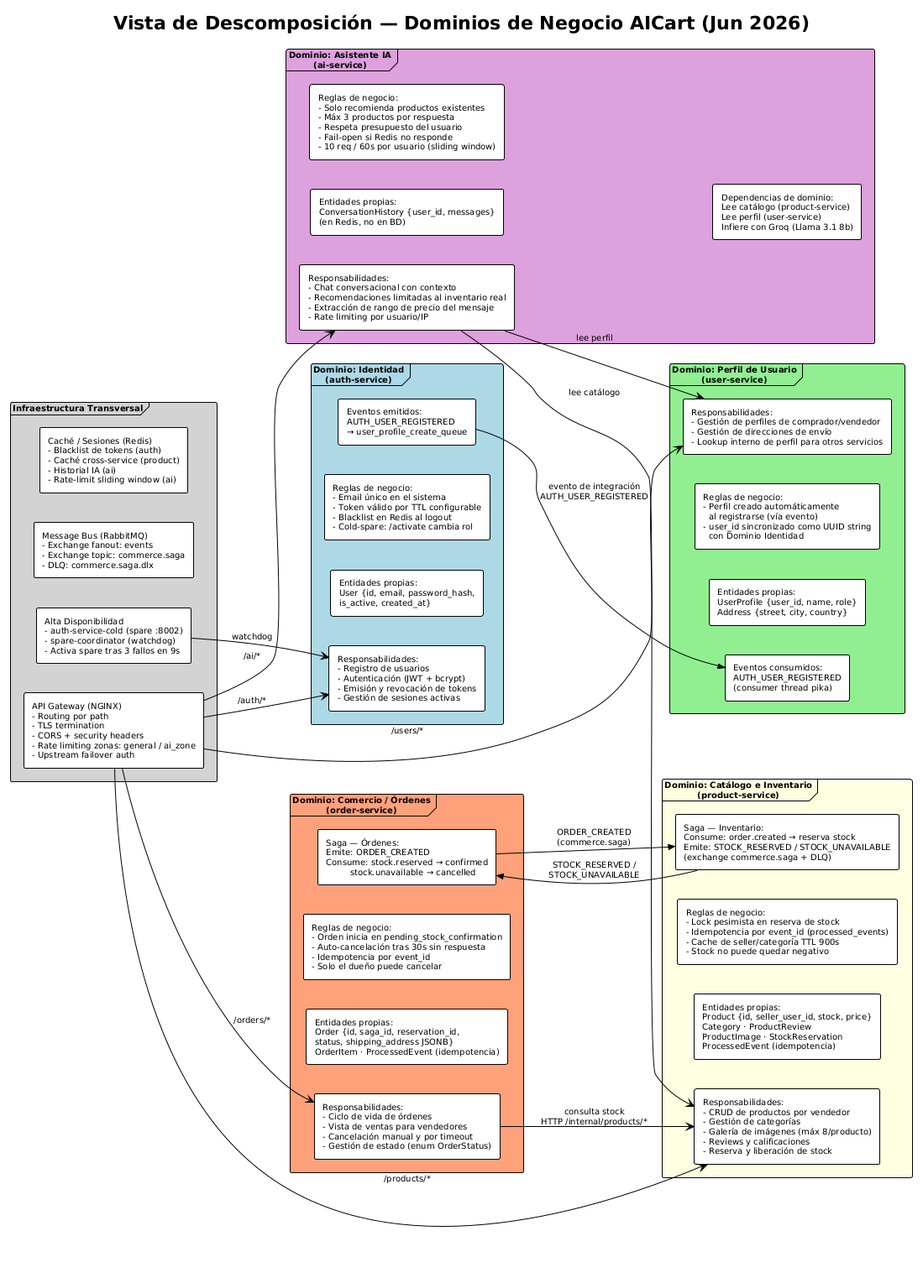
The PlantUML diagram docs/architecture/Decomposition_Current.png in jpastor1649/ecommerce-project, before a commit.
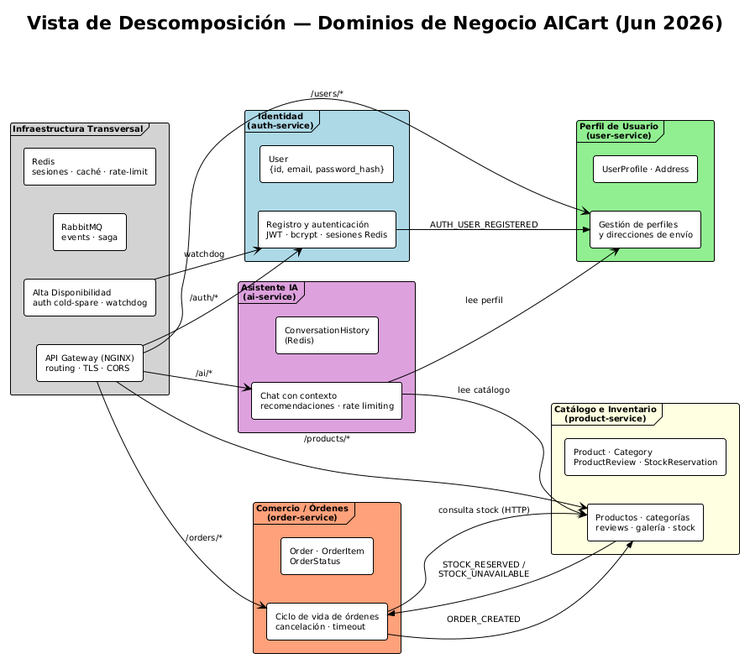
The same diagram one commit later.

Change to the diagram source:
```diff
@@ -8,54 +8,37 @@
 
 title Vista de Descomposición — Dominios de Negocio AICart (Jun 2026)
 
-package "Dominio: Identidad\n(auth-service)" #LightBlue {
-  component "Responsabilidades:\n- Registro de usuarios\n- Autenticación (JWT + bcrypt)\n- Emisión y revocación de tokens\n- Gestión de sesiones activas" as AuthResp
-  component "Entidades propias:\nUser {id, email, password_hash,\nis_active, created_at}" as AuthEntities
-  component "Reglas de negocio:\n- Email único en el sistema\n- Token válido por TTL configurable\n- Blacklist en Redis al logout\n- Cold-spare: /activate cambia rol" as AuthRules
-  component "Eventos emitidos:\nAUTH_USER_REGISTERED\n→ user_profile_create_queue" as AuthEvents
+package "Identidad\n(auth-service)" #LightBlue {
+  component "Registro y autenticación\nJWT · bcrypt · sesiones Redis" as AuthResp
+  component "User\n{id, email, password_hash}" as AuthEntity
 }
 
-package "Dominio: Perfil de Usuario\n(user-service)" #LightGreen {
-  component "Responsabilidades:\n- Gestión de perfiles de comprador/vendedor\n- Gestión de direcciones de envío\n- Lookup interno de perfil para otros servicios" as UserResp
-  component "Entidades propias:\nUserProfile {user_id, name, role}\nAddress {street, city, country}" as UserEntities
-  component "Reglas de negocio:\n- Perfil creado automáticamente\n  al registrarse (vía evento)\n- user_id sincronizado como UUID string\n  con Dominio Identidad" as UserRules
-  component "Eventos consumidos:\nAUTH_USER_REGISTERED\n(consumer thread pika)" as UserEvents
+package "Perfil de Usuario\n(user-service)" #LightGreen {
+  component "Gestión de perfiles\ny direcciones de envío" as UserResp
+  component "UserProfile · Address" as UserEntity
 }
 
-package "Dominio: Catálogo e Inventario\n(product-service)" #LightYellow {
-  component "Responsabilidades:\n- CRUD de productos por vendedor\n- Gestión de categorías\n- Galería de imágenes (máx 8/producto)\n- Reviews y calificaciones\n- Reserva y liberación de stock" as ProductResp
-  component "Entidades propias:\nProduct {id, seller_user_id, stock, price}\nCategory · ProductReview\nProductImage · StockReservation\nProcessedEvent (idempotencia)" as ProductEntities
-  component "Reglas de negocio:\n- Lock pesimista en reserva de stock\n- Idempotencia por event_id (processed_events)\n- Cache de seller/categoría TTL 900s\n- Stock no puede quedar negativo" as ProductRules
-  component "Saga — Inventario:\nConsume: order.created → reserva stock\nEmite: STOCK_RESERVED / STOCK_UNAVAILABLE\n(exchange commerce.saga + DLQ)" as ProductSaga
+package "Catálogo e Inventario\n(product-service)" #LightYellow {
+  component "Productos · categorías\nreviews · galería · stock" as ProductResp
+  component "Product · Category\nProductReview · StockReservation" as ProductEntity
 }
 
-package "Dominio: Comercio / Órdenes\n(order-service)" #LightSalmon {
-  component "Responsabilidades:\n- Ciclo de vida de órdenes\n- Vista de ventas para vendedores\n- Cancelación manual y por timeout\n- Gestión de estado (enum OrderStatus)" as OrderResp
-  component "Entidades propias:\nOrder {id, saga_id, reservation_id,\nstatus, shipping_address JSONB}\nOrderItem · ProcessedEvent (idempotencia)" as OrderEntities
-  component "Reglas de negocio:\n- Orden inicia en pending_stock_confirmation\n- Auto-cancelación tras 30s sin respuesta\n- Idempotencia por event_id\n- Solo el dueño puede cancelar" as OrderRules
-  component "Saga — Órdenes:\nEmite: ORDER_CREATED\nConsume: stock.reserved → confirmed\n         stock.unavailable → cancelled" as OrderSaga
+package "Comercio / Órdenes\n(order-service)" #LightSalmon {
+  component "Ciclo de vida de órdenes\ncancelación · timeout" as OrderResp
+  component "Order · OrderItem\nOrderStatus" as OrderEntity
 }
 
-package "Dominio: Asistente IA\n(ai-service)" #Plum {
-  component "Responsabilidades:\n- Chat conversacional con contexto\n- Recomendaciones limitadas al inventario real\n- Extracción de rango de precio del mensaje\n- Rate limiting por usuario/IP" as AIResp
-  component "Entidades propias:\nConversationHistory {user_id, messages}\n(en Redis, no en BD)" as AIEntities
-  component "Reglas de negocio:\n- Solo recomienda productos existentes\n- Máx 3 productos por respuesta\n- Respeta presupuesto del usuario\n- Fail-open si Redis no responde\n- 10 req / 60s por usuario (sliding window)" as AIRules
-  component "Dependencias de dominio:\nLee catálogo (product-service)\nLee perfil (user-service)\nInfiere con Groq (Llama 3.1 8b)" as AIDeps
+package "Asistente IA\n(ai-service)" #Plum {
+  component "Chat con contexto\nrecomendaciones · rate limiting" as AIResp
+  component "ConversationHistory\n(Redis)" as AIEntity
 }
 
 package "Infraestructura Transversal" #LightGray {
-  component "API Gateway (NGINX)\n- Routing por path\n- TLS termination\n- CORS + security headers\n- Rate limiting zonas: general / ai_zone\n- Upstream failover auth" as GW
-  component "Alta Disponibilidad\n- auth-service-cold (spare :8002)\n- spare-coordinator (watchdog)\n- Activa spare tras 3 fallos en 9s" as HA
-  component "Message Bus (RabbitMQ)\n- Exchange fanout: events\n- Exchange topic: commerce.saga\n- DLQ: commerce.saga.dlx" as MB
-  component "Caché / Sesiones (Redis)\n- Blacklist de tokens (auth)\n- Caché cross-service (product)\n- Historial IA (ai)\n- Rate-limit sliding window (ai)" as Cache
+  component "API Gateway (NGINX)\nrouting · TLS · CORS" as GW
+  component "Alta Disponibilidad\nauth cold-spare · watchdog" as HA
+  component "RabbitMQ\nevents · saga" as MB
+  component "Redis\nsesiones · caché · rate-limit" as Cache
 }
-
-AuthEvents  -->> UserEvents   : evento de integración\nAUTH_USER_REGISTERED
-OrderSaga   -->> ProductSaga  : ORDER_CREATED\n(commerce.saga)
-ProductSaga -->> OrderSaga    : STOCK_RESERVED /\nSTOCK_UNAVAILABLE
-OrderResp   --> ProductResp   : consulta stock\nHTTP /internal/products/*
-AIResp      --> ProductResp   : lee catálogo
-AIResp      --> UserResp      : lee perfil
 
 GW --> AuthResp    : /auth/*
 GW --> UserResp    : /users/*
@@ -64,4 +47,11 @@
 GW --> AIResp      : /ai/*
 HA --> AuthResp    : watchdog
 
+AuthResp    -->> UserResp    : AUTH_USER_REGISTERED
+OrderResp   -->> ProductResp : ORDER_CREATED
+ProductResp -->> OrderResp   : STOCK_RESERVED /\nSTOCK_UNAVAILABLE
+OrderResp    --> ProductResp : consulta stock (HTTP)
+AIResp       --> ProductResp : lee catálogo
+AIResp       --> UserResp    : lee perfil
+
 @enduml
```
